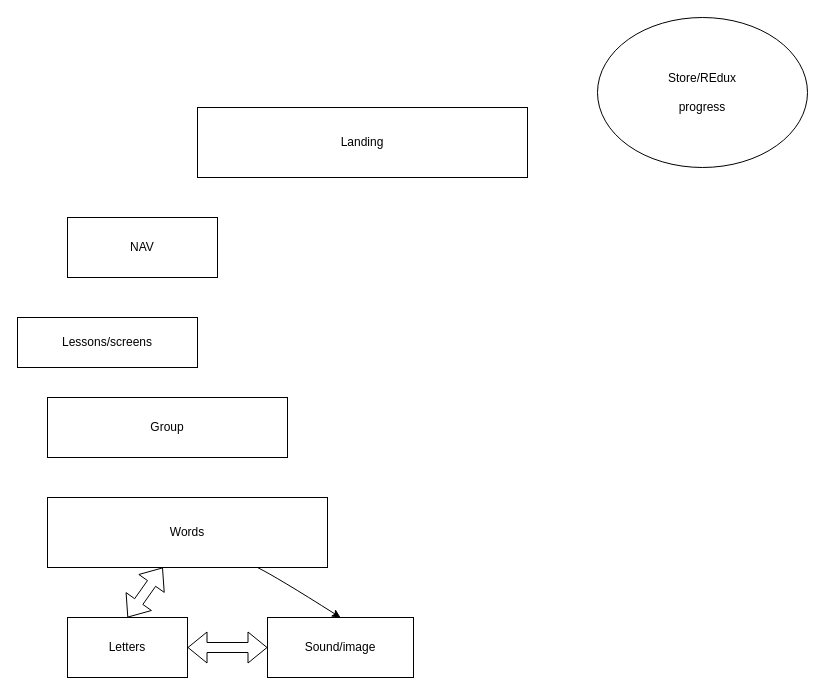
This is Untitled Diagram.drawio from michael86/reading-app, a draw.io file, before an edit. Source tidied: cells renumbered, new cells numbered last; positions are measured from the earlier drawing's top-left corner, leaving out a move shared by most shapes. Both pictures are drawn from the tidied source at 100%, with x=0, y=0 at pixel (17, 17).
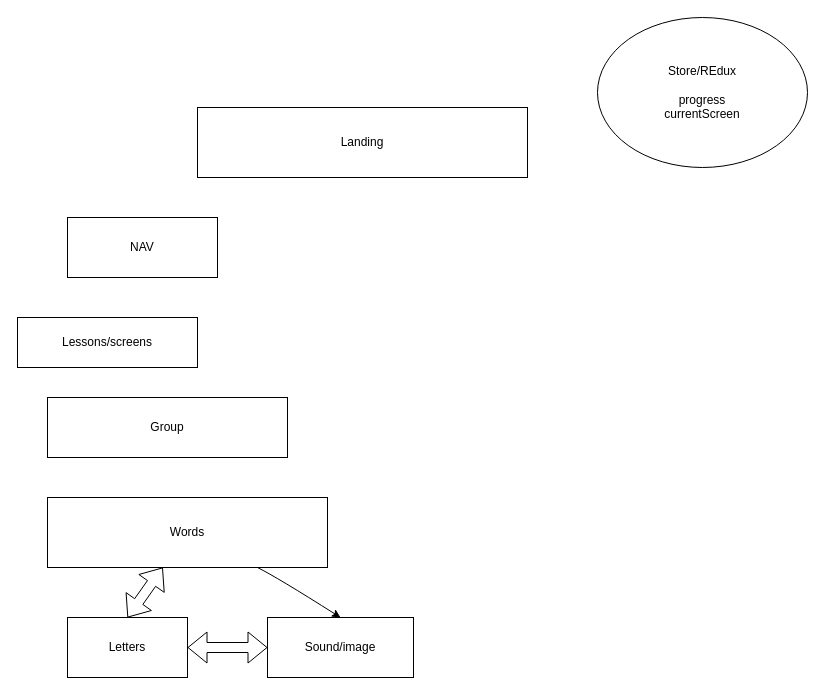
The same page after the edit.

What changed in the source:
```diff
@@
 <mxGraphModel>
   <root>
     <mxCell id="0" />
     <mxCell id="1" parent="0" />
-    <mxCell id="2" value="Store/REdux&lt;br&gt;&lt;br&gt;progress" style="ellipse;whiteSpace=wrap;html=1;" parent="1" vertex="1">
+    <mxCell id="2" value="Store/REdux&lt;br&gt;&lt;br&gt;progress&lt;br&gt;currentScreen" style="ellipse;whiteSpace=wrap;html=1;" parent="1" vertex="1">
       <mxGeometry x="580" width="210" height="150" as="geometry" />
     </mxCell>
     <mxCell id="3" value="Landing" style="rounded=0;whiteSpace=wrap;html=1;" parent="1" vertex="1">
       <mxGeometry x="180" y="90" width="330" height="70" as="geometry" />
     </mxCell>
     <mxCell id="4" value="NAV" style="rounded=0;whiteSpace=wrap;html=1;" parent="1" vertex="1">
       <mxGeometry x="50" y="200" width="150" height="60" as="geometry" />
     </mxCell>
     <mxCell id="5" value="Lessons/screens" style="rounded=0;whiteSpace=wrap;html=1;" parent="1" vertex="1">
       <mxGeometry y="300" width="180" height="50" as="geometry" />
     </mxCell>
     <mxCell id="6" value="Words" style="rounded=0;whiteSpace=wrap;html=1;" parent="1" vertex="1">
       <mxGeometry x="30" y="480" width="280" height="70" as="geometry" />
     </mxCell>
     <mxCell id="7" value="Letters" style="rounded=0;whiteSpace=wrap;html=1;" parent="1" vertex="1">
       <mxGeometry x="50" y="600" width="120" height="60" as="geometry" />
     </mxCell>
     <mxCell id="8" value="Group" style="rounded=0;whiteSpace=wrap;html=1;" parent="1" vertex="1">
       <mxGeometry x="30" y="380" width="240" height="60" as="geometry" />
     </mxCell>
     <mxCell id="9" value="Sound/image" style="rounded=0;whiteSpace=wrap;html=1;" parent="1" vertex="1">
       <mxGeometry x="250" y="600" width="146" height="60" as="geometry" />
     </mxCell>
     <mxCell id="10" style="curved=1;endArrow=classic;html=1;rounded=0;exitX=0.75;exitY=1;exitDx=0;exitDy=0;entryX=0.5;entryY=0;entryDx=0;entryDy=0;" parent="1" edge="1" source="6" target="9">
       <mxGeometry relative="1" as="geometry">
         <Array as="points">
           <mxPoint x="260" y="560" />
         </Array>
       </mxGeometry>
     </mxCell>
     <mxCell id="11" style="shape=flexArrow;endArrow=classic;startArrow=classic;html=1;rounded=0;exitX=0.5;exitY=0;exitDx=0;exitDy=0;" parent="1" edge="1" source="7" target="6">
       <mxGeometry relative="1" as="geometry" />
     </mxCell>
     <mxCell id="12" style="shape=flexArrow;endArrow=classic;startArrow=classic;html=1;rounded=0;exitX=1;exitY=0.5;exitDx=0;exitDy=0;entryX=0;entryY=0.5;entryDx=0;entryDy=0;" parent="1" edge="1" source="7" target="9">
       <mxGeometry relative="1" as="geometry" />
     </mxCell>
   </root>
 </mxGraphModel>
```
